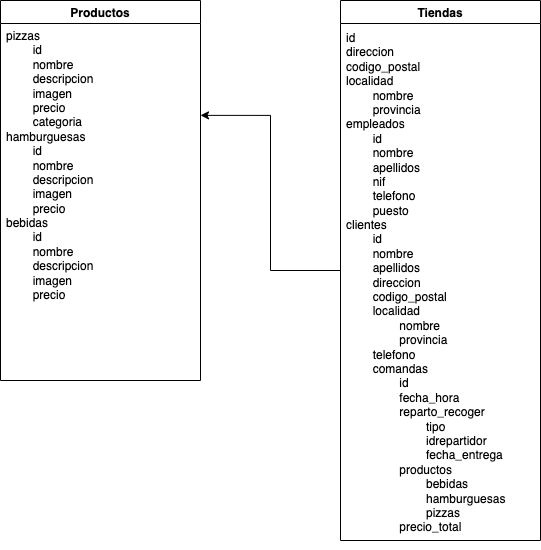
This is mongoDB-estructura/Nivell1/pizzeria_diagrama.png from eliashz/Sprint2-BasesDeDatos, a draw.io export, as it was before one commit. Source tidied: cells renumbered, new cells last; positions are measured from the earlier drawing's top-left corner, leaving out a move shared by most shapes.
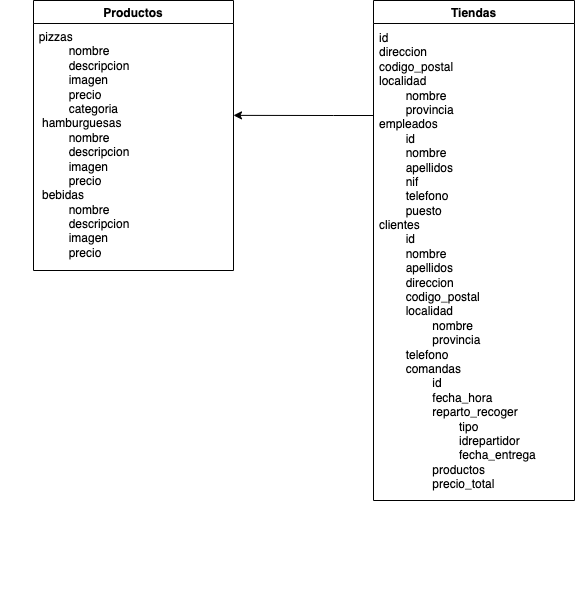
Above is the later version.

Commit message:
pizza diagrama ok

Change to the diagram source:
```diff
@@ -3,21 +3,25 @@
     <mxCell id="0" />
     <mxCell id="1" parent="0" />
     <mxCell id="2" value="Productos" style="swimlane;" parent="1" vertex="1">
-      <mxGeometry width="200" height="380" as="geometry" />
+      <mxGeometry width="200" height="270" as="geometry" />
     </mxCell>
-    <mxCell id="3" value="&lt;span style=&quot;background-color: initial;&quot;&gt;pizzas&lt;br&gt;&lt;/span&gt;&lt;span style=&quot;background-color: initial;&quot;&gt;&lt;span style=&quot;white-space: pre;&quot;&gt;&#9;&lt;/span&gt;id&lt;br&gt;&lt;/span&gt;&lt;span style=&quot;white-space: pre;&quot;&gt;&#9;n&lt;/span&gt;ombre&lt;br&gt;&lt;span style=&quot;white-space: pre;&quot;&gt;&#9;&lt;/span&gt;descripcion&lt;br&gt;&lt;blockquote style=&quot;margin: 0 0 0 40px; border: none; padding: 0px;&quot;&gt;&lt;/blockquote&gt;&lt;span style=&quot;background-color: initial; white-space: pre;&quot;&gt;&#9;&lt;/span&gt;&lt;span style=&quot;background-color: initial;&quot;&gt;imagen&lt;br&gt;&lt;/span&gt;&lt;span style=&quot;background-color: initial; white-space: pre;&quot;&gt;&#9;&lt;/span&gt;&lt;span style=&quot;background-color: initial;&quot;&gt;precio&lt;br&gt;&lt;/span&gt;&lt;span style=&quot;white-space: pre;&quot;&gt;&#9;&lt;/span&gt;categoria&lt;br&gt;&lt;span style=&quot;background-color: initial;&quot;&gt;hamburguesas&lt;br&gt;&lt;/span&gt;&lt;span style=&quot;white-space: pre;&quot;&gt;&#9;&lt;/span&gt;id&lt;br&gt;&lt;span style=&quot;white-space: pre;&quot;&gt;&#9;&lt;/span&gt;nombre&lt;br&gt;&lt;blockquote style=&quot;margin: 0 0 0 40px; border: none; padding: 0px;&quot;&gt;&lt;/blockquote&gt;&lt;span style=&quot;background-color: initial; white-space: pre;&quot;&gt;&#9;&lt;/span&gt;&lt;span style=&quot;background-color: initial;&quot;&gt;descripcion&lt;br&gt;&lt;/span&gt;&lt;span style=&quot;white-space: pre;&quot;&gt;&#9;&lt;/span&gt;imagen&lt;br&gt;&lt;blockquote style=&quot;margin: 0 0 0 40px; border: none; padding: 0px;&quot;&gt;&lt;/blockquote&gt;&lt;span style=&quot;background-color: initial; white-space: pre;&quot;&gt;&#9;&lt;/span&gt;&lt;span style=&quot;background-color: initial;&quot;&gt;precio&lt;br&gt;&lt;/span&gt;bebidas&lt;br&gt;&lt;span style=&quot;white-space: pre;&quot;&gt;&lt;span style=&quot;white-space: pre;&quot;&gt;&lt;span style=&quot;white-space: pre;&quot;&gt;&#9;&lt;/span&gt;id&#9;&lt;/span&gt;&lt;br/&gt;&#9;&lt;/span&gt;nombre&lt;br&gt;&lt;span style=&quot;white-space: pre;&quot;&gt;&#9;&lt;/span&gt;descripcion&lt;br&gt;&lt;span style=&quot;white-space: pre;&quot;&gt;&#9;&lt;/span&gt;imagen&lt;blockquote style=&quot;margin: 0 0 0 40px; border: none; padding: 0px;&quot;&gt;&lt;/blockquote&gt;&lt;span style=&quot;background-color: initial; white-space: pre;&quot;&gt;&#9;&lt;/span&gt;&lt;span style=&quot;background-color: initial;&quot;&gt;precio&lt;/span&gt;&lt;br&gt;&lt;blockquote style=&quot;margin: 0 0 0 40px; border: none; padding: 0px;&quot;&gt;&lt;br&gt;&lt;/blockquote&gt;&lt;span style=&quot;white-space: pre;&quot;&gt;&lt;span style=&quot;white-space: pre;&quot;&gt;&#9;&lt;/span&gt;&#9;&lt;/span&gt;&lt;span style=&quot;white-space: pre;&quot;&gt;&#9;&lt;/span&gt;&lt;br&gt;&lt;span style=&quot;white-space: pre;&quot;&gt;&#9;&lt;/span&gt;&lt;br&gt;&lt;span style=&quot;white-space: pre;&quot;&gt;&#9;&lt;/span&gt;" style="text;html=1;strokeColor=none;fillColor=none;align=left;verticalAlign=top;whiteSpace=wrap;rounded=0;" parent="1" vertex="1">
-      <mxGeometry x="4" y="22" width="200" height="258" as="geometry" />
+    <mxCell id="3" value="&lt;span style=&quot;background-color: initial;&quot;&gt;&lt;span style=&quot;white-space: pre;&quot;&gt;&#9;&lt;/span&gt;&amp;nbsp; &amp;nbsp;pizzas&lt;/span&gt;&lt;span style=&quot;background-color: initial;&quot;&gt;&lt;br&gt;&lt;/span&gt;&lt;blockquote style=&quot;margin: 0 0 0 40px; border: none; padding: 0px;&quot;&gt;&lt;span style=&quot;white-space: pre;&quot;&gt;&#9;n&lt;/span&gt;ombre&lt;/blockquote&gt;&lt;blockquote style=&quot;margin: 0 0 0 40px; border: none; padding: 0px;&quot;&gt;&lt;span style=&quot;white-space: pre;&quot;&gt;&#9;&lt;/span&gt;descripcion&lt;br&gt;&lt;/blockquote&gt;&lt;blockquote style=&quot;margin: 0 0 0 40px; border: none; padding: 0px;&quot;&gt;&lt;span style=&quot;white-space: pre;&quot;&gt;&#9;&lt;/span&gt;imagen&lt;/blockquote&gt;&lt;blockquote style=&quot;margin: 0 0 0 40px; border: none; padding: 0px;&quot;&gt;&lt;span style=&quot;background-color: initial; white-space: pre;&quot;&gt;&#9;&lt;/span&gt;&lt;span style=&quot;background-color: initial;&quot;&gt;precio&lt;/span&gt;&lt;/blockquote&gt;&lt;blockquote style=&quot;margin: 0 0 0 40px; border: none; padding: 0px;&quot;&gt;&lt;span style=&quot;white-space: pre;&quot;&gt;&#9;&lt;/span&gt;categoria&lt;br&gt;&lt;/blockquote&gt;&lt;blockquote style=&quot;margin: 0 0 0 40px; border: none; padding: 0px;&quot;&gt;hamburguesas&lt;/blockquote&gt;&lt;blockquote style=&quot;margin: 0 0 0 40px; border: none; padding: 0px;&quot;&gt;&lt;span style=&quot;white-space: pre;&quot;&gt;&#9;&lt;/span&gt;nombre&lt;br&gt;&lt;/blockquote&gt;&lt;blockquote style=&quot;margin: 0 0 0 40px; border: none; padding: 0px;&quot;&gt;&lt;span style=&quot;white-space: pre;&quot;&gt;&#9;&lt;/span&gt;descripcion&lt;br&gt;&lt;/blockquote&gt;&lt;blockquote style=&quot;margin: 0 0 0 40px; border: none; padding: 0px;&quot;&gt;&lt;span style=&quot;white-space: pre;&quot;&gt;&#9;&lt;/span&gt;imagen&lt;br&gt;&lt;/blockquote&gt;&lt;blockquote style=&quot;margin: 0 0 0 40px; border: none; padding: 0px;&quot;&gt;&lt;span style=&quot;white-space: pre;&quot;&gt;&#9;&lt;/span&gt;precio&lt;br&gt;&lt;/blockquote&gt;&lt;blockquote style=&quot;margin: 0 0 0 40px; border: none; padding: 0px;&quot;&gt;bebidas&lt;/blockquote&gt;&lt;blockquote style=&quot;margin: 0 0 0 40px; border: none; padding: 0px;&quot;&gt;&lt;span style=&quot;white-space: pre;&quot;&gt;&#9;&lt;/span&gt;nombre&lt;/blockquote&gt;&lt;blockquote style=&quot;margin: 0 0 0 40px; border: none; padding: 0px;&quot;&gt;&lt;span style=&quot;white-space: pre;&quot;&gt;&#9;&lt;/span&gt;descripcion&lt;/blockquote&gt;&lt;blockquote style=&quot;margin: 0 0 0 40px; border: none; padding: 0px;&quot;&gt;&lt;span style=&quot;white-space: pre;&quot;&gt;&#9;&lt;/span&gt;imagen&lt;/blockquote&gt;&lt;blockquote style=&quot;margin: 0 0 0 40px; border: none; padding: 0px;&quot;&gt;&lt;span style=&quot;white-space: pre;&quot;&gt;&#9;&lt;/span&gt;precio&lt;br&gt;&lt;br&gt;&lt;/blockquote&gt;&lt;span style=&quot;white-space: pre;&quot;&gt;&lt;span style=&quot;white-space: pre;&quot;&gt;&#9;&lt;/span&gt;&#9;&lt;/span&gt;&lt;span style=&quot;white-space: pre;&quot;&gt;&#9;&lt;/span&gt;&lt;br&gt;&lt;span style=&quot;white-space: pre;&quot;&gt;&#9;&lt;/span&gt;&lt;br&gt;&lt;span style=&quot;white-space: pre;&quot;&gt;&#9;&lt;/span&gt;" style="text;html=1;strokeColor=none;fillColor=none;align=left;verticalAlign=top;whiteSpace=wrap;rounded=0;" parent="2" vertex="1">
+      <mxGeometry x="-33" y="23" width="200" height="476" as="geometry" />
     </mxCell>
     <mxCell id="4" style="edgeStyle=orthogonalEdgeStyle;rounded=0;jettySize=auto;html=1;entryX=1;entryY=0.193;entryDx=0;entryDy=0;entryPerimeter=0;" parent="1" edge="1" source="5">
       <mxGeometry relative="1" as="geometry">
         <mxPoint x="200" y="114.9" as="targetPoint" />
+        <Array as="points">
+          <mxPoint x="300" y="115" />
+          <mxPoint x="300" y="115" />
+        </Array>
       </mxGeometry>
     </mxCell>
     <mxCell id="5" value="Tiendas" style="swimlane;" parent="1" vertex="1">
-      <mxGeometry x="340" width="200" height="540" as="geometry" />
+      <mxGeometry x="340" width="201" height="500" as="geometry" />
     </mxCell>
-    <mxCell id="6" value="id&lt;br&gt;direccion&lt;br&gt;codigo_postal&lt;br&gt;localidad&lt;br&gt;&lt;span style=&quot;white-space: pre;&quot;&gt;&#9;&lt;/span&gt;nombre&lt;br&gt;&lt;span style=&quot;white-space: pre;&quot;&gt;&#9;&lt;/span&gt;provincia&lt;br&gt;empleados&lt;br&gt;&lt;span style=&quot;white-space: pre;&quot;&gt;&#9;&lt;/span&gt;id&lt;br&gt;&lt;span style=&quot;white-space: pre;&quot;&gt;&#9;&lt;/span&gt;nombre&lt;br&gt;&lt;span style=&quot;white-space: pre;&quot;&gt;&#9;&lt;/span&gt;apellidos&lt;br&gt;&lt;span style=&quot;white-space: pre;&quot;&gt;&#9;&lt;/span&gt;nif&lt;br&gt;&lt;span style=&quot;white-space: pre;&quot;&gt;&#9;&lt;/span&gt;telefono&lt;br&gt;&lt;span style=&quot;white-space: pre;&quot;&gt;&#9;&lt;/span&gt;puesto&lt;br&gt;clientes&lt;br&gt;&lt;span style=&quot;white-space: pre;&quot;&gt;&#9;&lt;/span&gt;id&amp;nbsp;&lt;br&gt;&lt;span style=&quot;white-space: pre;&quot;&gt;&#9;&lt;/span&gt;nombre&lt;br&gt;&lt;span style=&quot;white-space: pre;&quot;&gt;&#9;&lt;/span&gt;apellidos&lt;br&gt;&lt;span style=&quot;white-space: pre;&quot;&gt;&#9;&lt;/span&gt;direccion&lt;br&gt;&lt;span style=&quot;white-space: pre;&quot;&gt;&#9;&lt;/span&gt;codigo_postal&lt;br&gt;&lt;span style=&quot;white-space: pre;&quot;&gt;&#9;&lt;/span&gt;localidad&lt;br&gt;&lt;span style=&quot;white-space: pre;&quot;&gt;&#9;&lt;/span&gt;&lt;span style=&quot;white-space: pre;&quot;&gt;&#9;&lt;/span&gt;nombre&lt;br&gt;&lt;span style=&quot;white-space: pre;&quot;&gt;&#9;&lt;/span&gt;&lt;span style=&quot;white-space: pre;&quot;&gt;&#9;&lt;/span&gt;provincia&lt;br&gt;&lt;span style=&quot;white-space: pre;&quot;&gt;&#9;&lt;/span&gt;telefono&lt;br&gt;&lt;span style=&quot;white-space: pre;&quot;&gt;&#9;&lt;/span&gt;comandas&lt;br&gt;&lt;span style=&quot;white-space: pre;&quot;&gt;&#9;&lt;/span&gt;&lt;span style=&quot;white-space: pre;&quot;&gt;&#9;&lt;/span&gt;id&lt;br&gt;&lt;span style=&quot;white-space: pre;&quot;&gt;&#9;&lt;/span&gt;&lt;span style=&quot;white-space: pre;&quot;&gt;&#9;&lt;/span&gt;fecha_hora&lt;br&gt;&lt;span style=&quot;white-space: pre;&quot;&gt;&#9;&lt;/span&gt;&lt;span style=&quot;white-space: pre;&quot;&gt;&#9;&lt;/span&gt;reparto_recoger&lt;br&gt;&lt;span style=&quot;white-space: pre;&quot;&gt;&#9;&lt;/span&gt;&lt;span style=&quot;white-space: pre;&quot;&gt;&#9;&lt;/span&gt;&lt;span style=&quot;white-space: pre;&quot;&gt;&#9;&lt;/span&gt;tipo&lt;br&gt;&lt;span style=&quot;white-space: pre;&quot;&gt;&#9;&lt;/span&gt;&lt;span style=&quot;white-space: pre;&quot;&gt;&#9;&lt;/span&gt;&lt;span style=&quot;white-space: pre;&quot;&gt;&#9;&lt;/span&gt;idrepartidor&lt;br&gt;&lt;span style=&quot;white-space: pre;&quot;&gt;&#9;&lt;/span&gt;&lt;span style=&quot;white-space: pre;&quot;&gt;&#9;&lt;/span&gt;&lt;span style=&quot;white-space: pre;&quot;&gt;&#9;&lt;/span&gt;fecha_entrega&lt;br&gt;&lt;span style=&quot;white-space: pre;&quot;&gt;&#9;&lt;/span&gt;&lt;span style=&quot;white-space: pre;&quot;&gt;&#9;&lt;/span&gt;productos&lt;br&gt;&lt;span style=&quot;white-space: pre;&quot;&gt;&#9;&lt;/span&gt;&lt;span style=&quot;white-space: pre;&quot;&gt;&#9;&lt;/span&gt;&lt;span style=&quot;white-space: pre;&quot;&gt;&#9;&lt;/span&gt;bebidas&lt;br&gt;&lt;span style=&quot;white-space: pre;&quot;&gt;&#9;&lt;/span&gt;&lt;span style=&quot;white-space: pre;&quot;&gt;&#9;&lt;/span&gt;&lt;span style=&quot;white-space: pre;&quot;&gt;&#9;&lt;/span&gt;hamburguesas&lt;br&gt;&lt;span style=&quot;white-space: pre;&quot;&gt;&#9;&lt;/span&gt;&lt;span style=&quot;white-space: pre;&quot;&gt;&#9;&lt;/span&gt;&lt;span style=&quot;white-space: pre;&quot;&gt;&#9;&lt;/span&gt;pizzas&lt;br&gt;&lt;span style=&quot;white-space: pre;&quot;&gt;&#9;&lt;/span&gt;&lt;span style=&quot;white-space: pre;&quot;&gt;&#9;&lt;/span&gt;precio_total&lt;br&gt;&lt;span style=&quot;white-space: pre;&quot;&gt;&#9;&lt;/span&gt;&lt;span style=&quot;white-space: pre;&quot;&gt;&#9;&lt;/span&gt;&lt;span style=&quot;white-space: pre;&quot;&gt;&#9;&lt;/span&gt;" style="text;html=1;strokeColor=none;fillColor=none;align=left;verticalAlign=top;whiteSpace=wrap;rounded=0;" parent="5" vertex="1">
-      <mxGeometry x="4" y="24" width="196" height="486" as="geometry" />
+    <mxCell id="6" value="id&lt;br&gt;direccion&lt;br&gt;codigo_postal&lt;br&gt;localidad&lt;br&gt;&lt;span style=&quot;white-space: pre;&quot;&gt;&#9;&lt;/span&gt;nombre&lt;br&gt;&lt;span style=&quot;white-space: pre;&quot;&gt;&#9;&lt;/span&gt;provincia&lt;br&gt;empleados&lt;br&gt;&lt;span style=&quot;white-space: pre;&quot;&gt;&#9;&lt;/span&gt;id&lt;br&gt;&lt;span style=&quot;white-space: pre;&quot;&gt;&#9;&lt;/span&gt;nombre&lt;br&gt;&lt;span style=&quot;white-space: pre;&quot;&gt;&#9;&lt;/span&gt;apellidos&lt;br&gt;&lt;span style=&quot;white-space: pre;&quot;&gt;&#9;&lt;/span&gt;nif&lt;br&gt;&lt;span style=&quot;white-space: pre;&quot;&gt;&#9;&lt;/span&gt;telefono&lt;br&gt;&lt;span style=&quot;white-space: pre;&quot;&gt;&#9;&lt;/span&gt;puesto&lt;br&gt;clientes&lt;br&gt;&lt;span style=&quot;white-space: pre;&quot;&gt;&#9;&lt;/span&gt;id&lt;br&gt;&lt;span style=&quot;white-space: pre;&quot;&gt;&#9;&lt;/span&gt;nombre&lt;br&gt;&lt;span style=&quot;white-space: pre;&quot;&gt;&#9;&lt;/span&gt;apellidos&lt;br&gt;&lt;span style=&quot;white-space: pre;&quot;&gt;&#9;&lt;/span&gt;direccion&lt;br&gt;&lt;span style=&quot;white-space: pre;&quot;&gt;&#9;&lt;/span&gt;codigo_postal&lt;br&gt;&lt;span style=&quot;white-space: pre;&quot;&gt;&#9;&lt;/span&gt;localidad&lt;br&gt;&lt;span style=&quot;white-space: pre;&quot;&gt;&#9;&lt;span style=&quot;white-space: pre;&quot;&gt;&#9;&lt;/span&gt;&lt;/span&gt;nombre&lt;br&gt;&lt;span style=&quot;white-space: pre;&quot;&gt;&#9;&lt;span style=&quot;white-space: pre;&quot;&gt;&#9;&lt;/span&gt;p&lt;/span&gt;rovincia&lt;br&gt;&lt;span style=&quot;white-space: pre;&quot;&gt;&#9;&lt;/span&gt;telefono&lt;br&gt;&lt;span style=&quot;white-space: pre;&quot;&gt;&#9;&lt;/span&gt;comandas&lt;br&gt;&lt;span style=&quot;white-space: pre;&quot;&gt;&#9;&lt;span style=&quot;white-space: pre;&quot;&gt;&#9;&lt;/span&gt;&lt;/span&gt;id&lt;br&gt;&lt;span style=&quot;white-space: pre;&quot;&gt;&#9;&lt;span style=&quot;white-space: pre;&quot;&gt;&#9;&lt;/span&gt;f&lt;/span&gt;echa_hora&lt;br&gt;&lt;span style=&quot;white-space: pre;&quot;&gt;&#9;&lt;/span&gt;&lt;span style=&quot;white-space: pre;&quot;&gt;&#9;&lt;/span&gt;reparto_recoger&lt;br&gt;&lt;span style=&quot;white-space: pre;&quot;&gt;&#9;&lt;/span&gt;&lt;span style=&quot;white-space: pre;&quot;&gt;&#9;&lt;/span&gt;&lt;span style=&quot;white-space: pre;&quot;&gt;&#9;&lt;/span&gt;tipo&lt;span style=&quot;white-space: pre;&quot;&gt;&#9;&lt;/span&gt;&lt;br&gt;&lt;span style=&quot;white-space: pre;&quot;&gt;&#9;&lt;/span&gt;&lt;span style=&quot;white-space: pre;&quot;&gt;&#9;&lt;/span&gt;&lt;span style=&quot;white-space: pre;&quot;&gt;&#9;&lt;/span&gt;idrepartidor&lt;br&gt;&lt;span style=&quot;white-space: pre;&quot;&gt;&#9;&lt;span style=&quot;white-space: pre;&quot;&gt;&#9;&lt;/span&gt;&lt;span style=&quot;white-space: pre;&quot;&gt;&#9;&lt;/span&gt;f&lt;/span&gt;echa_entrega&lt;br&gt;&lt;span style=&quot;white-space: pre;&quot;&gt;&#9;&lt;/span&gt;&lt;span style=&quot;white-space: pre;&quot;&gt;&#9;&lt;/span&gt;productos&lt;br&gt;&lt;span style=&quot;white-space: pre;&quot;&gt;&#9;&lt;/span&gt;&lt;span style=&quot;white-space: pre;&quot;&gt;&#9;&lt;/span&gt;precio_total" style="text;html=1;strokeColor=none;fillColor=none;align=left;verticalAlign=top;whiteSpace=wrap;rounded=0;" parent="5" vertex="1">
+      <mxGeometry x="4" y="24" width="196" height="566" as="geometry" />
     </mxCell>
   </root>
 </mxGraphModel>
```
